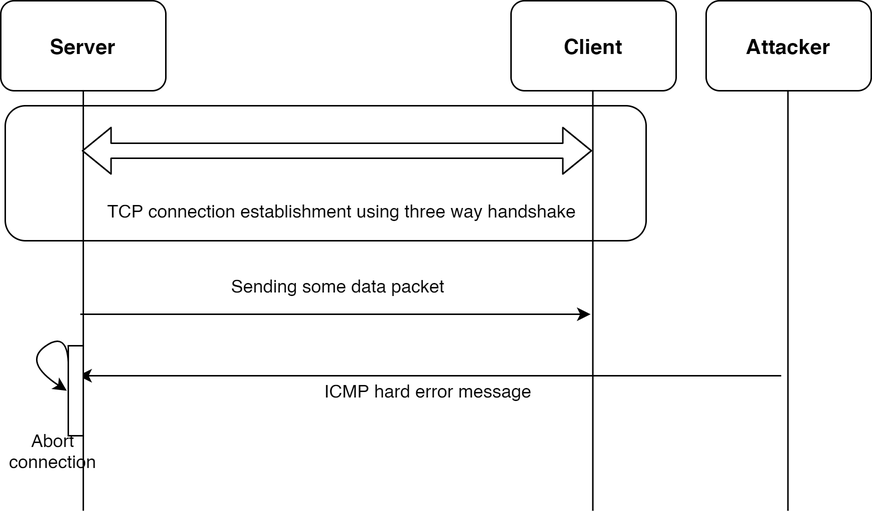
Earlier version of the draw.io export ICMP-attack-Page-3.png (tahmidurrafid/ICMP-attack-against-TCP). Source tidied: cells renumbered, new cells last; positions are measured from the earlier drawing's top-left corner, leaving out a move shared by most shapes.
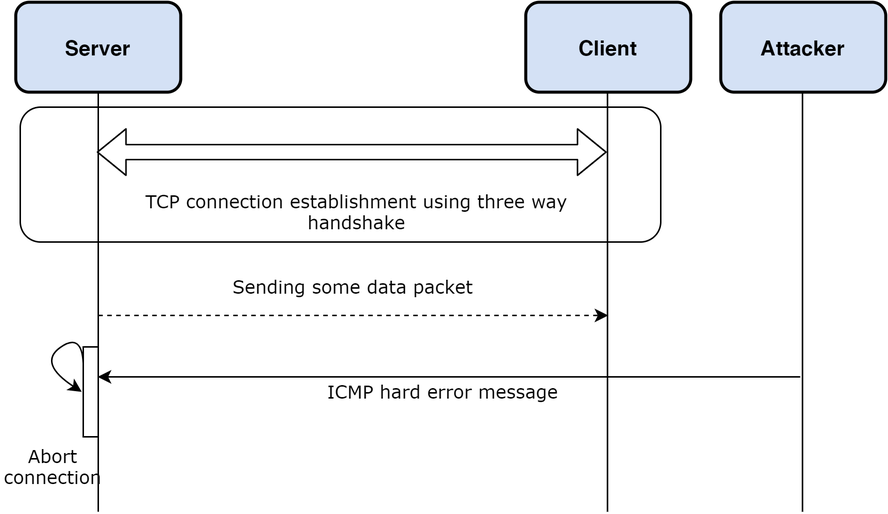
After the change.

Change to the diagram source:
```diff
@@ -5,13 +5,13 @@
     <mxCell id="2" style="rounded=1;whiteSpace=wrap;html=1;sketch=0;" parent="1" vertex="1">
       <mxGeometry x="3" y="70" width="427" height="90" as="geometry" />
     </mxCell>
-    <mxCell id="3" style="whiteSpace=wrap;html=1;rounded=1;" parent="1" vertex="1">
+    <mxCell id="3" style="whiteSpace=wrap;html=1;rounded=1;strokeWidth=2;fillColor=#D4E1F5;" parent="1" vertex="1">
       <mxGeometry width="110" height="60" as="geometry" />
     </mxCell>
     <mxCell id="4" value="Server" style="text;html=1;strokeColor=none;fillColor=none;align=center;verticalAlign=middle;whiteSpace=wrap;fontStyle=1;fontSize=14;rounded=1;" parent="1" vertex="1">
       <mxGeometry x="35" y="20" width="40" height="20" as="geometry" />
     </mxCell>
-    <mxCell id="5" style="whiteSpace=wrap;html=1;rounded=1;" parent="1" vertex="1">
+    <mxCell id="5" style="whiteSpace=wrap;html=1;rounded=1;strokeWidth=2;fillColor=#D4E1F5;" parent="1" vertex="1">
       <mxGeometry x="340" width="110" height="60" as="geometry" />
     </mxCell>
     <mxCell id="6" value="Client" style="text;html=1;strokeColor=none;fillColor=none;align=center;verticalAlign=middle;whiteSpace=wrap;fontStyle=1;fontSize=14;rounded=1;" parent="1" vertex="1">
@@ -28,22 +28,22 @@
         <mxPoint x="394.5" y="60" as="targetPoint" />
       </mxGeometry>
     </mxCell>
-    <mxCell id="9" style="endArrow=classic;html=1;" parent="1" edge="1">
+    <mxCell id="9" style="endArrow=classic;html=1;dashed=1;" parent="1" edge="1">
       <mxGeometry relative="1" as="geometry">
-        <mxPoint x="53" y="209" as="sourcePoint" />
-        <mxPoint x="393" y="209" as="targetPoint" />
+        <mxPoint x="55" y="209" as="sourcePoint" />
+        <mxPoint x="395" y="209" as="targetPoint" />
       </mxGeometry>
     </mxCell>
-    <mxCell id="10" value="Sending some data packet" style="text;html=1;strokeColor=none;fillColor=none;align=center;verticalAlign=middle;whiteSpace=wrap;rounded=0;sketch=0;" parent="1" vertex="1">
+    <mxCell id="10" value="Sending some data packet" style="text;html=1;strokeColor=none;fillColor=none;align=center;verticalAlign=middle;whiteSpace=wrap;rounded=0;sketch=0;fontFamily=Verdana;" parent="1" vertex="1">
       <mxGeometry x="135" y="180" width="180" height="20" as="geometry" />
     </mxCell>
     <mxCell id="11" style="endArrow=classic;html=1;" parent="1" edge="1">
       <mxGeometry relative="1" as="geometry">
-        <mxPoint x="520" y="250" as="sourcePoint" />
-        <mxPoint x="51.6" y="250" as="targetPoint" />
+        <mxPoint x="523" y="250" as="sourcePoint" />
+        <mxPoint x="54.6" y="250" as="targetPoint" />
       </mxGeometry>
     </mxCell>
-    <mxCell id="12" value="ICMP hard error message" style="text;html=1;strokeColor=none;fillColor=none;align=center;verticalAlign=middle;whiteSpace=wrap;rounded=0;sketch=0;" parent="1" vertex="1">
+    <mxCell id="12" value="ICMP hard error message" style="text;html=1;strokeColor=none;fillColor=none;align=center;verticalAlign=middle;whiteSpace=wrap;rounded=0;sketch=0;fontFamily=Verdana;" parent="1" vertex="1">
       <mxGeometry x="195" y="250" width="180" height="20" as="geometry" />
     </mxCell>
     <mxCell id="13" style="rounded=0;whiteSpace=wrap;html=1;sketch=0;" parent="1" vertex="1">
@@ -65,10 +65,10 @@
         <mxPoint x="394" y="100" as="targetPoint" />
       </mxGeometry>
     </mxCell>
-    <mxCell id="16" value="TCP connection establishment using three way handshake" style="text;html=1;strokeColor=none;fillColor=none;align=center;verticalAlign=middle;whiteSpace=wrap;rounded=0;sketch=0;" parent="1" vertex="1">
+    <mxCell id="16" value="TCP connection establishment using three way handshake" style="text;html=1;strokeColor=none;fillColor=none;align=center;verticalAlign=middle;whiteSpace=wrap;rounded=0;sketch=0;fontFamily=Verdana;" parent="1" vertex="1">
       <mxGeometry x="55" y="130" width="345" height="20" as="geometry" />
     </mxCell>
-    <mxCell id="17" style="whiteSpace=wrap;html=1;rounded=1;" parent="1" vertex="1">
+    <mxCell id="17" style="whiteSpace=wrap;html=1;rounded=1;strokeWidth=2;fillColor=#D4E1F5;" parent="1" vertex="1">
       <mxGeometry x="470" width="110" height="60" as="geometry" />
     </mxCell>
     <mxCell id="18" value="Attacker" style="text;html=1;strokeColor=none;fillColor=none;align=center;verticalAlign=middle;whiteSpace=wrap;fontStyle=1;fontSize=14;rounded=1;" parent="1" vertex="1">
@@ -80,8 +80,8 @@
         <mxPoint x="524.5" y="60" as="targetPoint" />
       </mxGeometry>
     </mxCell>
-    <mxCell id="20" value="Abort connection" style="text;html=1;strokeColor=none;fillColor=none;align=center;verticalAlign=middle;whiteSpace=wrap;rounded=0;sketch=0;" parent="1" vertex="1">
-      <mxGeometry y="290" width="70" height="20" as="geometry" />
+    <mxCell id="20" value="Abort connection" style="text;html=1;strokeColor=none;fillColor=none;align=center;verticalAlign=middle;whiteSpace=wrap;rounded=0;sketch=0;fontFamily=Verdana;" parent="1" vertex="1">
+      <mxGeometry x="-10" y="300" width="70" height="20" as="geometry" />
     </mxCell>
   </root>
 </mxGraphModel>
```
